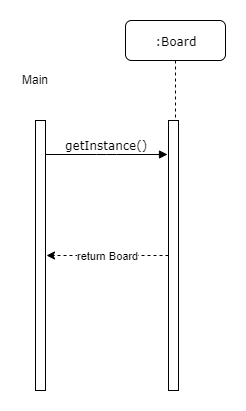
Above: Assignment3/Singleton_sequenceDiagram.png in zuercher8353/BINF4241-group28 (draw.io), before the change. Source tidied: cells renumbered, new cells last; positions are measured from the earlier drawing's top-left corner, leaving out a move shared by most shapes.
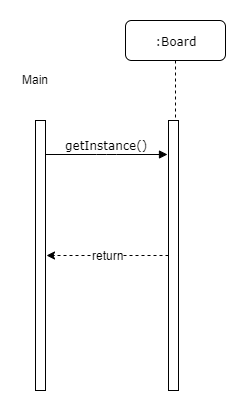
The same file after the commit.

Commit message:
small change in sequence diagrams

What changed in the source:
```diff
@@ -14,7 +14,7 @@
         <mxPoint x="147" y="134" as="targetPoint" />
       </mxGeometry>
     </mxCell>
-    <mxCell id="5" value="return Board" style="edgeStyle=orthogonalEdgeStyle;rounded=0;jettySize=auto;html=1;strokeColor=#000000;dashed=1;" parent="1" edge="1" source="3">
+    <mxCell id="5" value="return" style="edgeStyle=orthogonalEdgeStyle;rounded=0;jettySize=auto;html=1;strokeColor=#000000;dashed=1;fontSize=12;" parent="1" edge="1" source="3">
       <mxGeometry relative="1" as="geometry">
         <mxPoint x="26" y="235" as="targetPoint" />
       </mxGeometry>
```
